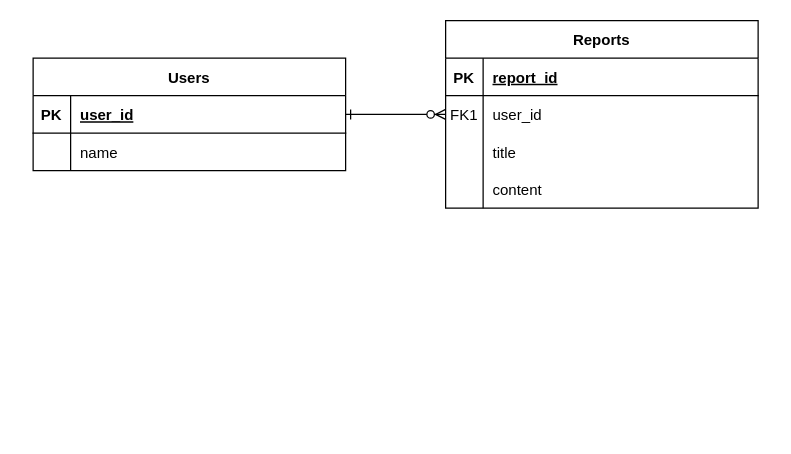
Before: Untitled Diagram.drawio in alto-I/hello-wold, a draw.io diagram. Source tidied: cells renumbered, new cells numbered last; positions are measured from the earlier drawing's top-left corner, leaving out a move shared by most shapes. Both pictures are drawn from the tidied source at 125%, with x=0, y=0 at pixel (32, 20).
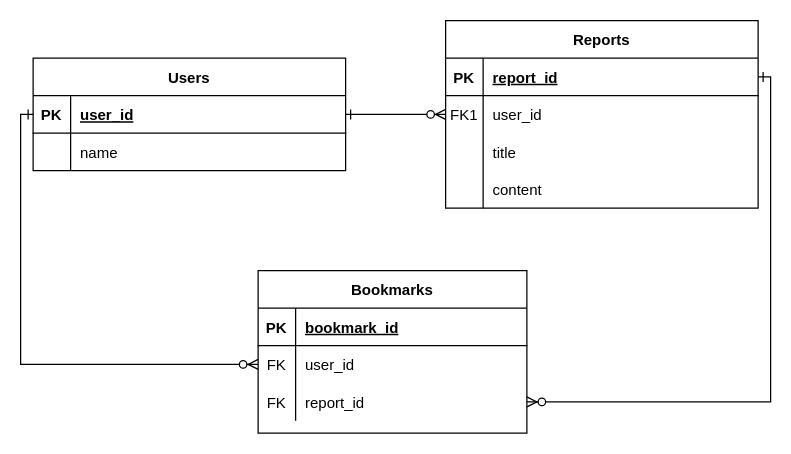
The same diagram, later.

Commit message:
Untitled Diagram.drawio を更新します

Unchanged cells that the change refers to:
```xml
<mxCell id="4" style="shape=partialRectangle;fillColor=none;points=[[0,0.5],[1,0.5]];portConstraint=eastwest;top=0;left=0;right=0;bottom=1;" parent="3" vertex="1">
  <mxGeometry y="30" width="250" height="30" as="geometry" />
</mxCell>
<mxCell id="17" style="shape=partialRectangle;fillColor=none;points=[[0,0.5],[1,0.5]];portConstraint=eastwest;top=0;left=0;right=0;bottom=1;" parent="16" vertex="1">
  <mxGeometry y="30" width="250" height="30" as="geometry" />
</mxCell>
```

Change to the diagram source:
```diff
@@
+    <mxCell id="23" value="Bookmarks" style="shape=table;startSize=30;childLayout=tableLayout;rowLines=0;fontStyle=1;align=center;" parent="1" vertex="1">
+      <mxGeometry x="180" y="200" width="215" height="130" as="geometry" />
+    </mxCell>
+    <mxCell id="24" style="shape=partialRectangle;fillColor=none;top=0;left=0;bottom=1;right=0;" parent="23" vertex="1">
+      <mxGeometry y="30" width="215" height="30" as="geometry" />
+    </mxCell>
+    <mxCell id="25" value="PK" style="shape=partialRectangle;fillColor=none;top=0;left=0;bottom=0;right=0;fontStyle=1;overflow=hidden;" parent="24" vertex="1">
+      <mxGeometry width="30" height="30" as="geometry" />
+    </mxCell>
+    <mxCell id="26" value="bookmark_id" style="shape=partialRectangle;fillColor=none;top=0;left=0;bottom=0;right=0;align=left;spacingLeft=6;fontStyle=5;overflow=hidden;" parent="24" vertex="1">
+      <mxGeometry x="30" width="185" height="30" as="geometry" />
+    </mxCell>
+    <mxCell id="27" style="shape=partialRectangle;fillColor=none;top=0;left=0;bottom=0;right=0;points=[[0,0.5],[1,0.5]];portConstraint=eastwest;" parent="23" vertex="1">
+      <mxGeometry y="60" width="215" height="30" as="geometry" />
+    </mxCell>
+    <mxCell id="28" value="FK" style="shape=partialRectangle;fillColor=none;top=0;left=0;bottom=0;right=0;overflow=hidden;" parent="27" vertex="1">
+      <mxGeometry width="30" height="30" as="geometry" />
+    </mxCell>
+    <mxCell id="29" value="user_id" style="shape=partialRectangle;fillColor=none;top=0;left=0;bottom=0;right=0;align=left;spacingLeft=6;overflow=hidden;" parent="27" vertex="1">
+      <mxGeometry x="30" width="185" height="30" as="geometry" />
+    </mxCell>
+    <mxCell id="30" style="shape=partialRectangle;fillColor=none;top=0;left=0;bottom=0;right=0;points=[[0,0.5],[1,0.5]];portConstraint=eastwest;" parent="23" vertex="1">
+      <mxGeometry y="90" width="215" height="30" as="geometry" />
+    </mxCell>
+    <mxCell id="31" value="FK" style="shape=partialRectangle;fillColor=none;top=0;left=0;bottom=0;right=0;overflow=hidden;" parent="30" vertex="1">
+      <mxGeometry width="30" height="30" as="geometry" />
+    </mxCell>
+    <mxCell id="32" value="report_id" style="shape=partialRectangle;fillColor=none;top=0;left=0;bottom=0;right=0;align=left;spacingLeft=6;overflow=hidden;" parent="30" vertex="1">
+      <mxGeometry x="30" width="185" height="30" as="geometry" />
+    </mxCell>
+    <mxCell id="33" style="edgeStyle=orthogonalEdgeStyle;fontSize=12;html=1;endArrow=ERzeroToMany;endFill=1;entryX=0;entryY=0.5;entryDx=0;entryDy=0;startArrow=ERone;startFill=0;rounded=0;exitX=0;exitY=0.5;exitDx=0;exitDy=0;" parent="1" edge="1" source="17" target="27">
+      <mxGeometry relative="1" as="geometry" />
+    </mxCell>
+    <mxCell id="34" style="edgeStyle=orthogonalEdgeStyle;fontSize=12;html=1;endArrow=ERzeroToMany;endFill=1;entryX=1;entryY=0.5;entryDx=0;entryDy=0;startArrow=ERone;startFill=0;rounded=0;exitX=1;exitY=0.5;exitDx=0;exitDy=0;" parent="1" edge="1" source="4" target="30">
+      <mxGeometry relative="1" as="geometry">
+        <Array as="points">
+          <mxPoint x="590" y="45" />
+          <mxPoint x="590" y="305" />
+        </Array>
+      </mxGeometry>
+    </mxCell>
```
